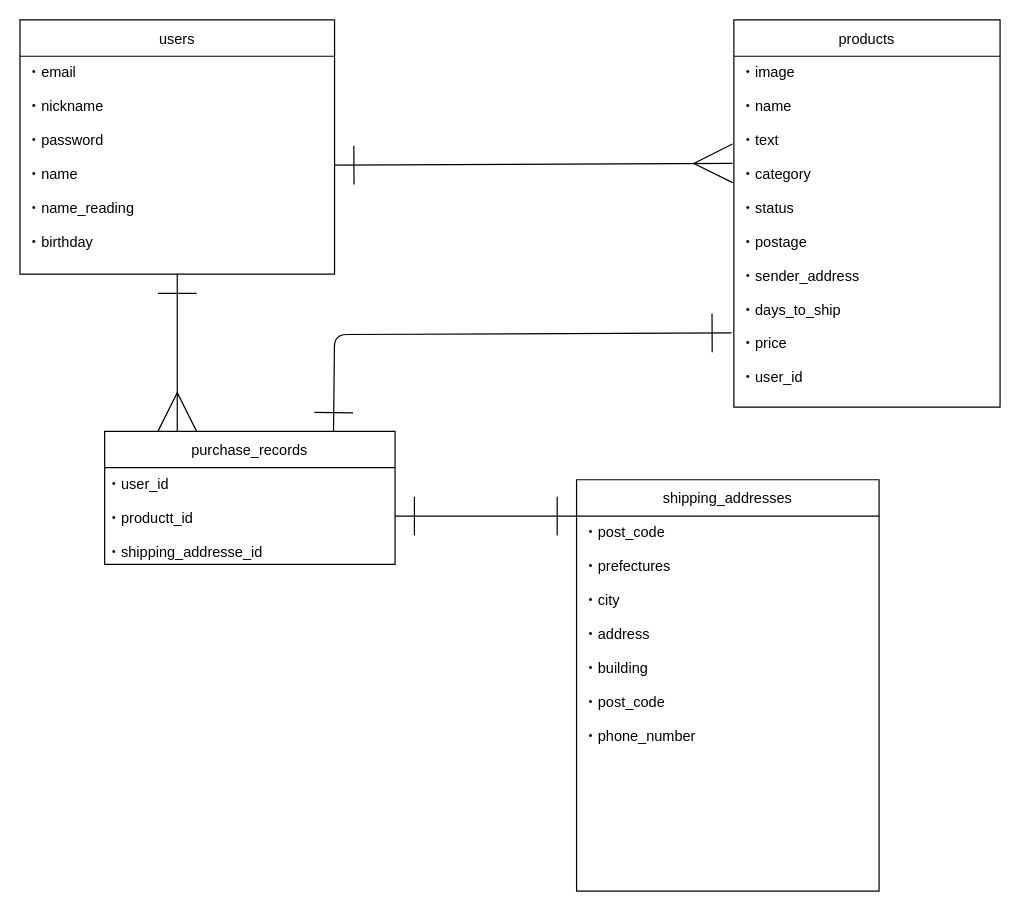
The draw.io diagram ER.dio in Osue1/furima-38186, before the edit. Source tidied: cells renumbered, new cells numbered last; positions are measured from the earlier drawing's top-left corner, leaving out a move shared by most shapes. Both pictures are drawn from the tidied source at 121%, with x=0, y=0 at pixel (19, 19).
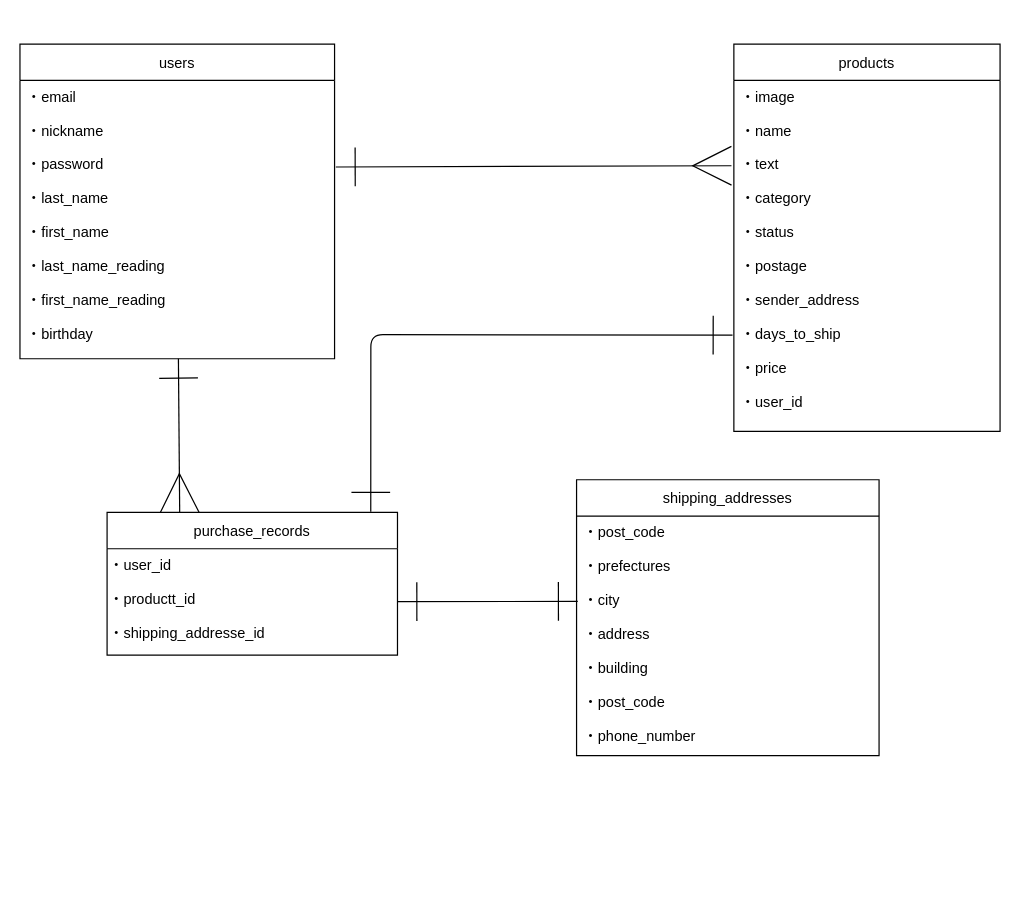
The same diagram, later.

Commit message (it also covers changes not shown here):
ER.dioとREADME.mdの修正

What changed in the source:
```diff
@@
 <mxGraphModel>
   <root>
     <mxCell id="0" />
     <mxCell id="1" parent="0" />
-    <mxCell id="2" style="edgeStyle=none;html=1;exitX=1;exitY=0.5;exitDx=0;exitDy=0;endArrow=ERmany;endFill=0;endSize=30;startArrow=ERone;startFill=0;targetPerimeterSpacing=0;sourcePerimeterSpacing=0;startSize=30;entryX=-0.005;entryY=0.305;entryDx=0;entryDy=0;entryPerimeter=0;" parent="1" edge="1" source="11" target="5">
+    <mxCell id="2" style="edgeStyle=none;html=1;exitX=1.004;exitY=0.311;exitDx=0;exitDy=0;endArrow=ERmany;endFill=0;endSize=30;startArrow=ERone;startFill=0;targetPerimeterSpacing=0;sourcePerimeterSpacing=0;startSize=30;entryX=-0.009;entryY=0.243;entryDx=0;entryDy=0;entryPerimeter=0;exitPerimeter=0;spacing=0;" parent="1" edge="1" source="11" target="5">
       <mxGeometry relative="1" as="geometry" />
     </mxCell>
     <mxCell id="3" value="users" style="swimlane;fontStyle=0;horizontal=1;startSize=30;" parent="1" vertex="1">
-      <mxGeometry width="260" height="210" as="geometry" />
+      <mxGeometry y="20" width="260" height="260" as="geometry" />
     </mxCell>
+    <mxCell id="11" value="・email&#10;&#10;・nickname&#10;&#10;・password&#10;&#10;・last_name&#10;&#10;・first_name&#10;&#10;・last_name_reading&#10;&#10;・first_name_reading&#10;&#10;・birthday" style="text;strokeColor=none;fillColor=none;align=left;verticalAlign=top;spacingLeft=4;spacingRight=4;overflow=hidden;points=[[0,0.5],[1,0.5]];portConstraint=eastwest;" parent="3" vertex="1">
+      <mxGeometry y="30" width="260" height="230" as="geometry" />
+    </mxCell>
     <mxCell id="4" value="products" style="swimlane;fontStyle=0;horizontal=1;startSize=30;" parent="1" vertex="1">
-      <mxGeometry x="590" width="220" height="320" as="geometry" />
+      <mxGeometry x="590" y="20" width="220" height="320" as="geometry" />
     </mxCell>
     <mxCell id="5" value="・image&#10;&#10;・name&#10;&#10;・text&#10;&#10;・category&#10;&#10;・status&#10;&#10;・postage&#10;&#10;・sender_address&#10;&#10;・days_to_ship&#10;&#10;・price&#10;&#10;・user_id" style="text;strokeColor=none;fillColor=none;align=left;verticalAlign=top;spacingLeft=4;spacingRight=4;overflow=hidden;points=[[0,0.5],[1,0.5]];portConstraint=eastwest;" parent="4" vertex="1">
       <mxGeometry y="30" width="220" height="290" as="geometry" />
     </mxCell>
     <mxCell id="6" value="purchase_records" style="swimlane;fontStyle=0;horizontal=1;startSize=30;" parent="1" vertex="1">
-      <mxGeometry x="70" y="340" width="240" height="110" as="geometry" />
+      <mxGeometry x="72" y="407" width="240" height="118" as="geometry" />
     </mxCell>
-    <mxCell id="7" value="・user_id&#10;&#10;・productt_id&#10;&#10;・shipping_addresse_id&#10;" style="text;align=left;verticalAlign=top;points=[];strokeColor=none;fillColor=none;" parent="6" vertex="1">
-      <mxGeometry y="30" width="240" height="80" as="geometry" />
+    <mxCell id="7" value="・user_id&#10;&#10;・productt_id&#10;&#10;・shipping_addresse_id&#10;&#10;" style="text;align=left;verticalAlign=top;points=[];strokeColor=none;fillColor=none;" parent="6" vertex="1">
+      <mxGeometry y="30" width="240" height="88" as="geometry" />
     </mxCell>
     <mxCell id="8" value="shipping_addresses" style="swimlane;fontStyle=0;horizontal=1;startSize=30;" parent="1" vertex="1">
-      <mxGeometry x="460" y="380" width="250" height="340" as="geometry" />
+      <mxGeometry x="460" y="380" width="250" height="228" as="geometry" />
     </mxCell>
     <mxCell id="9" value="・post_code&#10;&#10;・prefectures&#10;&#10;・city&#10;&#10;・address&#10;&#10;・building&#10;&#10;・post_code&#10;&#10;・phone_number" style="text;strokeColor=none;fillColor=none;align=left;verticalAlign=top;spacingLeft=4;spacingRight=4;overflow=hidden;points=[[0,0.5],[1,0.5]];portConstraint=eastwest;" parent="8" vertex="1">
-      <mxGeometry y="30" width="250" height="310" as="geometry" />
+      <mxGeometry y="30" width="250" height="198" as="geometry" />
     </mxCell>
     <mxCell id="10" style="edgeStyle=none;html=1;entryX=0.25;entryY=0;entryDx=0;entryDy=0;startArrow=ERone;startFill=0;endArrow=ERmany;endFill=0;startSize=30;endSize=30;sourcePerimeterSpacing=0;targetPerimeterSpacing=0;" parent="1" edge="1" source="11" target="6">
       <mxGeometry relative="1" as="geometry" />
     </mxCell>
-    <mxCell id="11" value="・email&#10;&#10;・nickname&#10;&#10;・password&#10;&#10;・name&#10;&#10;・name_reading&#10;&#10;・birthday" style="text;strokeColor=none;fillColor=none;align=left;verticalAlign=top;spacingLeft=4;spacingRight=4;overflow=hidden;points=[[0,0.5],[1,0.5]];portConstraint=eastwest;" parent="1" vertex="1">
-      <mxGeometry y="30" width="260" height="180" as="geometry" />
-    </mxCell>
-    <mxCell id="12" style="edgeStyle=none;html=1;startArrow=ERone;startFill=0;endArrow=ERone;endFill=0;startSize=30;endSize=30;sourcePerimeterSpacing=0;targetPerimeterSpacing=0;" parent="1" edge="1" source="7">
-      <mxGeometry relative="1" as="geometry">
-        <mxPoint x="460" y="410" as="targetPoint" />
-      </mxGeometry>
+    <mxCell id="12" style="edgeStyle=none;html=1;startArrow=ERone;startFill=0;endArrow=ERone;endFill=0;startSize=30;endSize=30;sourcePerimeterSpacing=0;targetPerimeterSpacing=0;entryX=0.004;entryY=0.356;entryDx=0;entryDy=0;entryPerimeter=0;" parent="1" edge="1" source="7" target="9">
+      <mxGeometry relative="1" as="geometry" />
     </mxCell>
-    <mxCell id="13" style="edgeStyle=none;html=1;entryX=0.788;entryY=0.005;entryDx=0;entryDy=0;entryPerimeter=0;startArrow=ERone;startFill=0;endArrow=ERone;endFill=0;startSize=30;endSize=30;sourcePerimeterSpacing=0;targetPerimeterSpacing=0;exitX=-0.009;exitY=0.788;exitDx=0;exitDy=0;exitPerimeter=0;" parent="1" edge="1" source="5" target="6">
+    <mxCell id="13" style="edgeStyle=none;html=1;entryX=0.908;entryY=-0.005;entryDx=0;entryDy=0;entryPerimeter=0;startArrow=ERone;startFill=0;endArrow=ERone;endFill=0;startSize=30;endSize=30;sourcePerimeterSpacing=0;targetPerimeterSpacing=0;exitX=-0.005;exitY=0.726;exitDx=0;exitDy=0;exitPerimeter=0;" parent="1" edge="1" source="5" target="6">
       <mxGeometry relative="1" as="geometry">
         <Array as="points">
-          <mxPoint x="260" y="260" />
+          <mxPoint x="290" y="260" />
         </Array>
       </mxGeometry>
     </mxCell>
   </root>
 </mxGraphModel>
```
